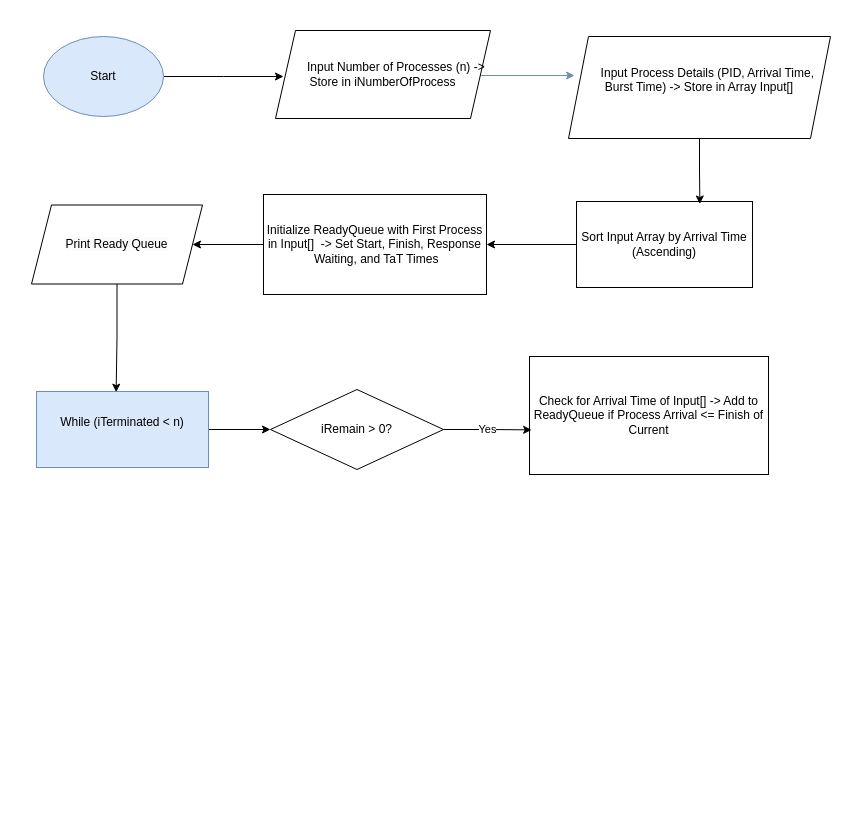
Earlier version of the draw.io diagram Biểu đồ không có tiêu đề.drawio (bin9638/OS). Source tidied: cells renumbered, new cells numbered last; positions are measured from the earlier drawing's top-left corner, leaving out a move shared by most shapes. Both pictures are drawn from the tidied source at 100%, with x=0, y=0 at pixel (31, 30).
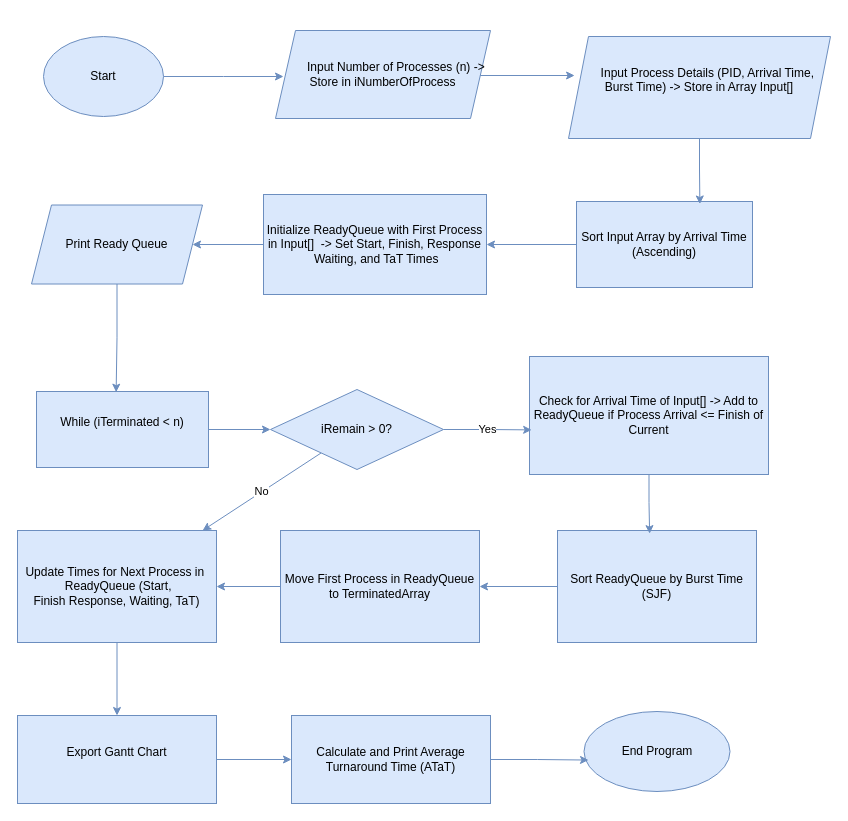
Above is the later version.

Commit message (it also covers changes not shown here):
Cập nhật Biểu đồ không có tiêu đề.drawio

Unchanged cells that the change refers to:
```xml
<mxCell id="3" value="Start" style="ellipse;whiteSpace=wrap;html=1;fillColor=#dae8fc;strokeColor=#6c8ebf;" parent="1" vertex="1">
  <mxGeometry x="12" y="6" width="120" height="80" as="geometry" />
</mxCell>
<mxCell id="10" value="&#10;While (iTerminated &amp;lt; n)&#10;&#10;" style="rounded=0;whiteSpace=wrap;html=1;fillColor=#dae8fc;strokeColor=#6c8ebf;" parent="1" vertex="1">
  <mxGeometry x="5" y="361" width="172" height="76" as="geometry" />
</mxCell>
```

The edit, as a diff of the source:
```diff
@@
-    <mxCell id="2" style="edgeStyle=orthogonalEdgeStyle;rounded=0;jettySize=auto;html=1;" parent="1" edge="1" source="3">
+    <mxCell id="2" style="edgeStyle=orthogonalEdgeStyle;rounded=0;jettySize=auto;html=1;fillColor=#dae8fc;strokeColor=#6c8ebf;" parent="1" edge="1" source="3">
       <mxGeometry relative="1" as="geometry">
         <mxPoint x="252" y="46" as="targetPoint" />
       </mxGeometry>
     </mxCell>
@@
-    <mxCell id="5" style="edgeStyle=orthogonalEdgeStyle;rounded=0;jettySize=auto;html=1;entryX=1;entryY=0.5;entryDx=0;entryDy=0;" parent="1" edge="1" source="6" target="8">
+    <mxCell id="5" style="edgeStyle=orthogonalEdgeStyle;rounded=0;jettySize=auto;html=1;entryX=1;entryY=0.5;entryDx=0;entryDy=0;fillColor=#dae8fc;strokeColor=#6c8ebf;" parent="1" edge="1" source="6" target="8">
       <mxGeometry relative="1" as="geometry" />
     </mxCell>
-    <mxCell id="6" value="&lt;br&gt; Sort Input Array by Arrival Time (Ascending)&lt;div&gt;&lt;br/&gt;&lt;/div&gt;" style="rounded=0;whiteSpace=wrap;html=1;" parent="1" vertex="1">
+    <mxCell id="6" value="&lt;br&gt; Sort Input Array by Arrival Time (Ascending)&lt;div&gt;&lt;br/&gt;&lt;/div&gt;" style="rounded=0;whiteSpace=wrap;html=1;fillColor=#dae8fc;strokeColor=#6c8ebf;" parent="1" vertex="1">
       <mxGeometry x="545" y="171" width="176" height="86" as="geometry" />
     </mxCell>
-    <mxCell id="7" style="edgeStyle=orthogonalEdgeStyle;rounded=0;jettySize=auto;html=1;entryX=1;entryY=0.5;entryDx=0;entryDy=0;" parent="1" edge="1" source="8" target="14">
+    <mxCell id="7" style="edgeStyle=orthogonalEdgeStyle;rounded=0;jettySize=auto;html=1;entryX=1;entryY=0.5;entryDx=0;entryDy=0;fillColor=#dae8fc;strokeColor=#6c8ebf;" parent="1" edge="1" source="8" target="14">
       <mxGeometry relative="1" as="geometry" />
     </mxCell>
-    <mxCell id="8" value="&lt;br&gt;Initialize ReadyQueue with&amp;nbsp;First Process in Input[] &amp;nbsp;-&amp;gt; Set Start, Finish, Response &amp;nbsp;Waiting, and TaT Times  &lt;div&gt;&lt;br/&gt;&lt;/div&gt;" style="rounded=0;whiteSpace=wrap;html=1;" parent="1" vertex="1">
+    <mxCell id="8" value="&lt;br&gt;Initialize ReadyQueue with&amp;nbsp;First Process in Input[] &amp;nbsp;-&amp;gt; Set Start, Finish, Response &amp;nbsp;Waiting, and TaT Times  &lt;div&gt;&lt;br/&gt;&lt;/div&gt;" style="rounded=0;whiteSpace=wrap;html=1;fillColor=#dae8fc;strokeColor=#6c8ebf;" parent="1" vertex="1">
       <mxGeometry x="232" y="164" width="223" height="100" as="geometry" />
     </mxCell>
-    <mxCell id="9" style="edgeStyle=orthogonalEdgeStyle;rounded=0;jettySize=auto;html=1;entryX=0;entryY=0.5;entryDx=0;entryDy=0;" parent="1" edge="1" source="10" target="15">
+    <mxCell id="9" style="edgeStyle=orthogonalEdgeStyle;rounded=0;jettySize=auto;html=1;entryX=0;entryY=0.5;entryDx=0;entryDy=0;fillColor=#dae8fc;strokeColor=#6c8ebf;" parent="1" edge="1" source="10" target="15">
       <mxGeometry relative="1" as="geometry" />
     </mxCell>
@@
-    <mxCell id="11" value="&lt;br&gt;&lt;br style=&quot;forced-color-adjust: none;&quot;&gt;&lt;br&gt;&lt;div&gt;&lt;span style=&quot;white-space: pre;&quot;&gt;&#9;&lt;/span&gt;Input Number of Processes (n) -&amp;gt; Store in iNumberOfProcess&lt;div style=&quot;forced-color-adjust: none;&quot;&gt;&lt;br style=&quot;forced-color-adjust: none; color: rgb(0, 0, 0); font-family: Helvetica; font-size: 12px; font-style: normal; font-variant-ligatures: normal; font-variant-caps: normal; font-weight: 400; letter-spacing: normal; orphans: 2; text-align: center; text-indent: 0px; text-transform: none; widows: 2; word-spacing: 0px; -webkit-text-stroke-width: 0px; white-space: normal; background-color: rgb(251, 251, 251); text-decoration-thickness: initial; text-decoration-style: initial; text-decoration-color: initial;&quot;&gt;&lt;br&gt;&lt;br&gt;&lt;/div&gt;&lt;/div&gt;" style="shape=parallelogram;perimeter=parallelogramPerimeter;whiteSpace=wrap;html=1;fixedSize=1;" parent="1" vertex="1">
+    <mxCell id="11" value="&lt;br&gt;&lt;br style=&quot;forced-color-adjust: none;&quot;&gt;&lt;br&gt;&lt;div&gt;&lt;span style=&quot;white-space: pre;&quot;&gt;&#9;&lt;/span&gt;Input Number of Processes (n) -&amp;gt; Store in iNumberOfProcess&lt;div style=&quot;forced-color-adjust: none;&quot;&gt;&lt;br style=&quot;forced-color-adjust: none; color: rgb(0, 0, 0); font-family: Helvetica; font-size: 12px; font-style: normal; font-variant-ligatures: normal; font-variant-caps: normal; font-weight: 400; letter-spacing: normal; orphans: 2; text-align: center; text-indent: 0px; text-transform: none; widows: 2; word-spacing: 0px; -webkit-text-stroke-width: 0px; white-space: normal; background-color: rgb(251, 251, 251); text-decoration-thickness: initial; text-decoration-style: initial; text-decoration-color: initial;&quot;&gt;&lt;br&gt;&lt;br&gt;&lt;/div&gt;&lt;/div&gt;" style="shape=parallelogram;perimeter=parallelogramPerimeter;whiteSpace=wrap;html=1;fixedSize=1;fillColor=#dae8fc;strokeColor=#6c8ebf;" parent="1" vertex="1">
       <mxGeometry x="244" width="215" height="88" as="geometry" />
     </mxCell>
-    <mxCell id="12" value="&lt;br&gt;&lt;br style=&quot;forced-color-adjust: none;&quot;&gt;&amp;nbsp; &amp;nbsp; &amp;nbsp;Input Process Details&amp;nbsp;(PID, Arrival Time, Burst Time)&amp;nbsp;-&amp;gt; Store in Array Input[]&lt;div style=&quot;forced-color-adjust: none;&quot;&gt;&lt;br style=&quot;forced-color-adjust: none; color: rgb(0, 0, 0); font-family: Helvetica; font-size: 12px; font-style: normal; font-variant-ligatures: normal; font-variant-caps: normal; font-weight: 400; letter-spacing: normal; orphans: 2; text-align: center; text-indent: 0px; text-transform: none; widows: 2; word-spacing: 0px; -webkit-text-stroke-width: 0px; white-space: normal; background-color: rgb(251, 251, 251); text-decoration-thickness: initial; text-decoration-style: initial; text-decoration-color: initial;&quot;&gt;&lt;br&gt;&lt;br&gt;&lt;/div&gt;" style="shape=parallelogram;perimeter=parallelogramPerimeter;whiteSpace=wrap;html=1;fixedSize=1;" parent="1" vertex="1">
+    <mxCell id="12" value="&lt;br&gt;&lt;br style=&quot;forced-color-adjust: none;&quot;&gt;&amp;nbsp; &amp;nbsp; &amp;nbsp;Input Process Details&amp;nbsp;(PID, Arrival Time, Burst Time)&amp;nbsp;-&amp;gt; Store in Array Input[]&lt;div style=&quot;forced-color-adjust: none;&quot;&gt;&lt;br style=&quot;forced-color-adjust: none; color: rgb(0, 0, 0); font-family: Helvetica; font-size: 12px; font-style: normal; font-variant-ligatures: normal; font-variant-caps: normal; font-weight: 400; letter-spacing: normal; orphans: 2; text-align: center; text-indent: 0px; text-transform: none; widows: 2; word-spacing: 0px; -webkit-text-stroke-width: 0px; white-space: normal; background-color: rgb(251, 251, 251); text-decoration-thickness: initial; text-decoration-style: initial; text-decoration-color: initial;&quot;&gt;&lt;br&gt;&lt;br&gt;&lt;/div&gt;" style="shape=parallelogram;perimeter=parallelogramPerimeter;whiteSpace=wrap;html=1;fixedSize=1;fillColor=#dae8fc;strokeColor=#6c8ebf;" parent="1" vertex="1">
       <mxGeometry x="537" y="6" width="262" height="102" as="geometry" />
     </mxCell>
-    <mxCell id="13" style="edgeStyle=orthogonalEdgeStyle;rounded=0;jettySize=auto;html=1;entryX=0.701;entryY=0.029;entryDx=0;entryDy=0;entryPerimeter=0;" parent="1" edge="1" source="12" target="6">
+    <mxCell id="13" style="edgeStyle=orthogonalEdgeStyle;rounded=0;jettySize=auto;html=1;entryX=0.701;entryY=0.029;entryDx=0;entryDy=0;entryPerimeter=0;fillColor=#dae8fc;strokeColor=#6c8ebf;" parent="1" edge="1" source="12" target="6">
       <mxGeometry relative="1" as="geometry" />
     </mxCell>
-    <mxCell id="14" value="&#10;&lt;br style=&quot;forced-color-adjust: none; color: rgb(0, 0, 0); font-family: Helvetica; font-size: 12px; font-style: normal; font-variant-ligatures: normal; font-variant-caps: normal; font-weight: 400; letter-spacing: normal; orphans: 2; text-align: center; text-indent: 0px; text-transform: none; widows: 2; word-spacing: 0px; -webkit-text-stroke-width: 0px; white-space: normal; background-color: rgb(251, 251, 251); text-decoration-thickness: initial; text-decoration-style: initial; text-decoration-color: initial;&quot;&gt;&lt;span style=&quot;color: rgb(0, 0, 0); font-family: Helvetica; font-size: 12px; font-style: normal; font-variant-ligatures: normal; font-variant-caps: normal; font-weight: 400; letter-spacing: normal; orphans: 2; text-align: center; text-indent: 0px; text-transform: none; widows: 2; word-spacing: 0px; -webkit-text-stroke-width: 0px; white-space: normal; background-color: rgb(251, 251, 251); text-decoration-thickness: initial; text-decoration-style: initial; text-decoration-color: initial; display: inline !important; float: none;&quot;&gt;Print Ready Queue&lt;/span&gt;&lt;br style=&quot;forced-color-adjust: none; color: rgb(0, 0, 0); font-family: Helvetica; font-size: 12px; font-style: normal; font-variant-ligatures: normal; font-variant-caps: normal; font-weight: 400; letter-spacing: normal; orphans: 2; text-align: center; text-indent: 0px; text-transform: none; widows: 2; word-spacing: 0px; -webkit-text-stroke-width: 0px; white-space: normal; background-color: rgb(251, 251, 251); text-decoration-thickness: initial; text-decoration-style: initial; text-decoration-color: initial;&quot;&gt;&#10;&#10;" style="shape=parallelogram;perimeter=parallelogramPerimeter;whiteSpace=wrap;html=1;fixedSize=1;" parent="1" vertex="1">
+    <mxCell id="14" value="Print Ready Queue" style="shape=parallelogram;perimeter=parallelogramPerimeter;whiteSpace=wrap;html=1;fixedSize=1;fillColor=#dae8fc;strokeColor=#6c8ebf;" parent="1" vertex="1">
       <mxGeometry y="174.5" width="171" height="79" as="geometry" />
     </mxCell>
+    <mxCell id="19" value="No" style="rounded=0;jettySize=auto;html=1;fillColor=#dae8fc;strokeColor=#6c8ebf;" parent="1" edge="1" source="15" target="26">
+      <mxGeometry relative="1" as="geometry" />
+    </mxCell>
-    <mxCell id="15" value="iRemain &amp;gt; 0?" style="rhombus;whiteSpace=wrap;html=1;" parent="1" vertex="1">
+    <mxCell id="15" value="iRemain &amp;gt; 0?" style="rhombus;whiteSpace=wrap;html=1;fillColor=#dae8fc;strokeColor=#6c8ebf;" parent="1" vertex="1">
       <mxGeometry x="239" y="359" width="173" height="80" as="geometry" />
     </mxCell>
-    <mxCell id="16" style="edgeStyle=orthogonalEdgeStyle;rounded=0;jettySize=auto;html=1;entryX=0.463;entryY=0.009;entryDx=0;entryDy=0;entryPerimeter=0;" parent="1" edge="1" source="14" target="10">
+    <mxCell id="16" style="edgeStyle=orthogonalEdgeStyle;rounded=0;jettySize=auto;html=1;entryX=0.463;entryY=0.009;entryDx=0;entryDy=0;entryPerimeter=0;fillColor=#dae8fc;strokeColor=#6c8ebf;" parent="1" edge="1" source="14" target="10">
       <mxGeometry relative="1" as="geometry" />
     </mxCell>
-    <mxCell id="17" value="Check for Arrival Time of Input[] -&amp;gt; Add to ReadyQueue if Process Arrival &amp;lt;= Finish of Current" style="rounded=0;whiteSpace=wrap;html=1;" parent="1" vertex="1">
+    <mxCell id="17" value="Check for Arrival Time of Input[] -&amp;gt; Add to ReadyQueue if Process Arrival &amp;lt;= Finish of Current" style="rounded=0;whiteSpace=wrap;html=1;fillColor=#dae8fc;strokeColor=#6c8ebf;" parent="1" vertex="1">
       <mxGeometry x="498" y="326" width="239" height="118" as="geometry" />
     </mxCell>
-    <mxCell id="18" value="Yes" style="edgeStyle=orthogonalEdgeStyle;rounded=0;jettySize=auto;html=1;entryX=0.009;entryY=0.622;entryDx=0;entryDy=0;entryPerimeter=0;" parent="1" edge="1" source="15" target="17">
+    <mxCell id="18" value="Yes" style="edgeStyle=orthogonalEdgeStyle;rounded=0;jettySize=auto;html=1;entryX=0.009;entryY=0.622;entryDx=0;entryDy=0;entryPerimeter=0;fillColor=#dae8fc;strokeColor=#6c8ebf;" parent="1" edge="1" source="15" target="17">
       <mxGeometry relative="1" as="geometry" />
     </mxCell>
+    <mxCell id="20" style="edgeStyle=orthogonalEdgeStyle;rounded=0;jettySize=auto;html=1;fillColor=#dae8fc;strokeColor=#6c8ebf;" parent="1" edge="1" source="21" target="24">
+      <mxGeometry relative="1" as="geometry" />
+    </mxCell>
+    <mxCell id="21" value="Sort ReadyQueue by Burst Time (SJF)" style="rounded=0;whiteSpace=wrap;html=1;fillColor=#dae8fc;strokeColor=#6c8ebf;" parent="1" vertex="1">
+      <mxGeometry x="526" y="500" width="199" height="112" as="geometry" />
+    </mxCell>
+    <mxCell id="22" style="edgeStyle=orthogonalEdgeStyle;rounded=0;jettySize=auto;html=1;entryX=0.463;entryY=0.028;entryDx=0;entryDy=0;entryPerimeter=0;fillColor=#dae8fc;strokeColor=#6c8ebf;" parent="1" edge="1" source="17" target="21">
+      <mxGeometry relative="1" as="geometry" />
+    </mxCell>
+    <mxCell id="23" style="edgeStyle=orthogonalEdgeStyle;rounded=0;jettySize=auto;html=1;fillColor=#dae8fc;strokeColor=#6c8ebf;" parent="1" edge="1" source="24" target="26">
+      <mxGeometry relative="1" as="geometry" />
+    </mxCell>
+    <mxCell id="24" value="Move First Process in ReadyQueue to TerminatedArray" style="rounded=0;whiteSpace=wrap;html=1;fillColor=#dae8fc;strokeColor=#6c8ebf;" parent="1" vertex="1">
+      <mxGeometry x="249" y="500" width="199" height="112" as="geometry" />
+    </mxCell>
+    <mxCell id="25" style="edgeStyle=orthogonalEdgeStyle;rounded=0;jettySize=auto;html=1;entryX=0.5;entryY=0;entryDx=0;entryDy=0;fillColor=#dae8fc;strokeColor=#6c8ebf;" parent="1" edge="1" source="26" target="28">
+      <mxGeometry relative="1" as="geometry" />
+    </mxCell>
+    <mxCell id="26" value="&lt;br&gt;Update Times for Next Process in&amp;nbsp;&lt;br&gt;&amp;nbsp;ReadyQueue (Start, Finish&amp;nbsp;Response, Waiting, TaT)&lt;div&gt;&lt;br/&gt;&lt;/div&gt;" style="rounded=0;whiteSpace=wrap;html=1;fillColor=#dae8fc;strokeColor=#6c8ebf;" parent="1" vertex="1">
+      <mxGeometry x="-14" y="500" width="199" height="112" as="geometry" />
+    </mxCell>
+    <mxCell id="27" style="edgeStyle=orthogonalEdgeStyle;rounded=0;jettySize=auto;html=1;entryX=0;entryY=0.5;entryDx=0;entryDy=0;fillColor=#dae8fc;strokeColor=#6c8ebf;" parent="1" edge="1" source="28" target="29">
+      <mxGeometry relative="1" as="geometry" />
+    </mxCell>
+    <mxCell id="28" value="&#10;Export Gantt Chart &#10;&#10;" style="rounded=0;whiteSpace=wrap;html=1;fillColor=#dae8fc;strokeColor=#6c8ebf;" parent="1" vertex="1">
+      <mxGeometry x="-14" y="685" width="199" height="88" as="geometry" />
+    </mxCell>
+    <mxCell id="29" value="&lt;br&gt;Calculate and Print Average Turnaround Time (ATaT)       &lt;div&gt;&lt;br/&gt;&lt;/div&gt;" style="rounded=0;whiteSpace=wrap;html=1;fillColor=#dae8fc;strokeColor=#6c8ebf;" parent="1" vertex="1">
+      <mxGeometry x="260" y="685" width="199" height="88" as="geometry" />
+    </mxCell>
+    <mxCell id="30" value="End Program" style="ellipse;whiteSpace=wrap;html=1;fillColor=#dae8fc;strokeColor=#6c8ebf;" parent="1" vertex="1">
+      <mxGeometry x="552.5" y="681" width="146" height="80" as="geometry" />
+    </mxCell>
+    <mxCell id="31" style="edgeStyle=orthogonalEdgeStyle;rounded=0;jettySize=auto;html=1;entryX=0.031;entryY=0.607;entryDx=0;entryDy=0;entryPerimeter=0;fillColor=#dae8fc;strokeColor=#6c8ebf;" parent="1" edge="1" source="29" target="30">
+      <mxGeometry relative="1" as="geometry" />
+    </mxCell>
```
